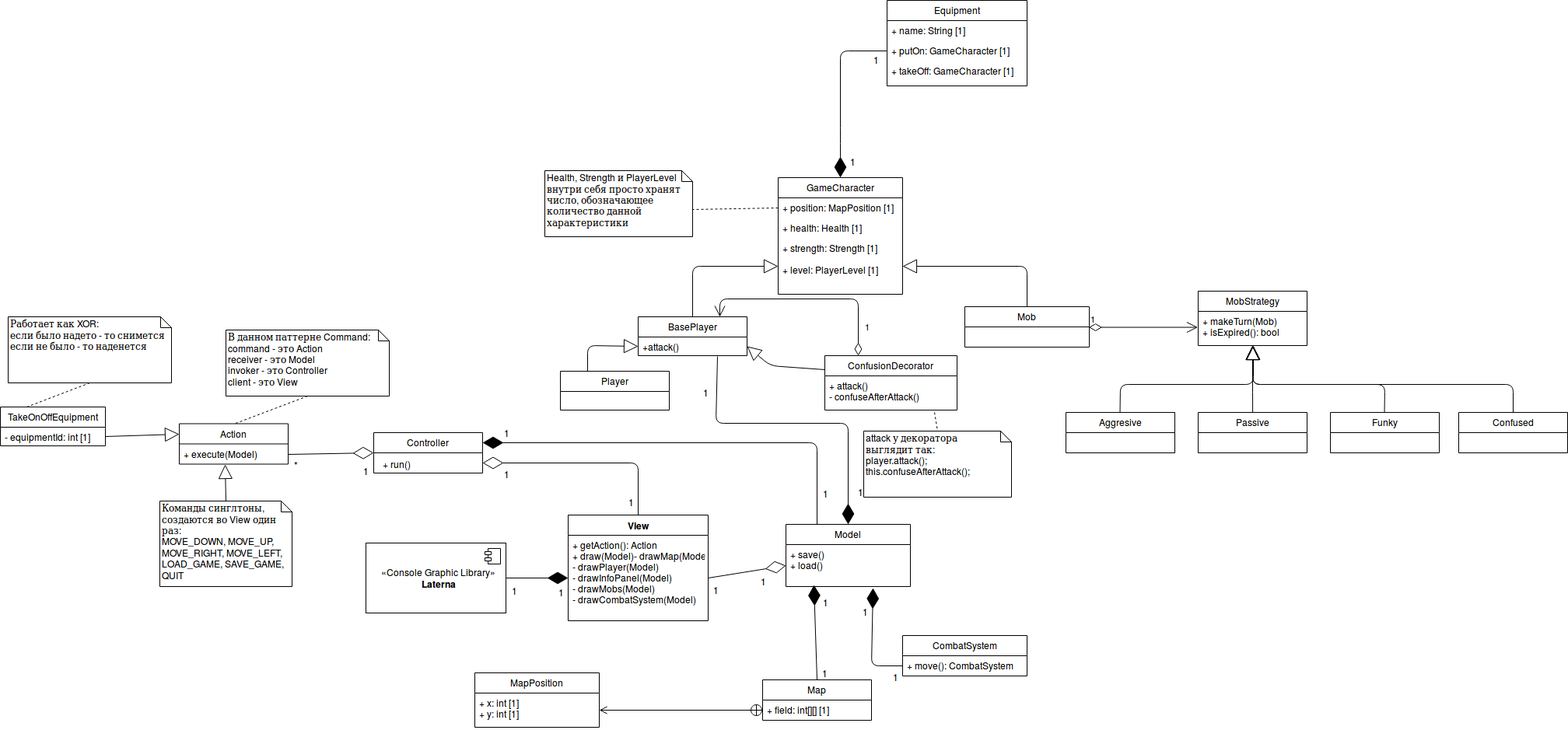
Above: hw06/ClassDiagram.png in RamSaw/SoftwareDesign (draw.io), before the change. Source tidied: cells renumbered, new cells last; positions are measured from the earlier drawing's top-left corner, leaving out a move shared by most shapes.
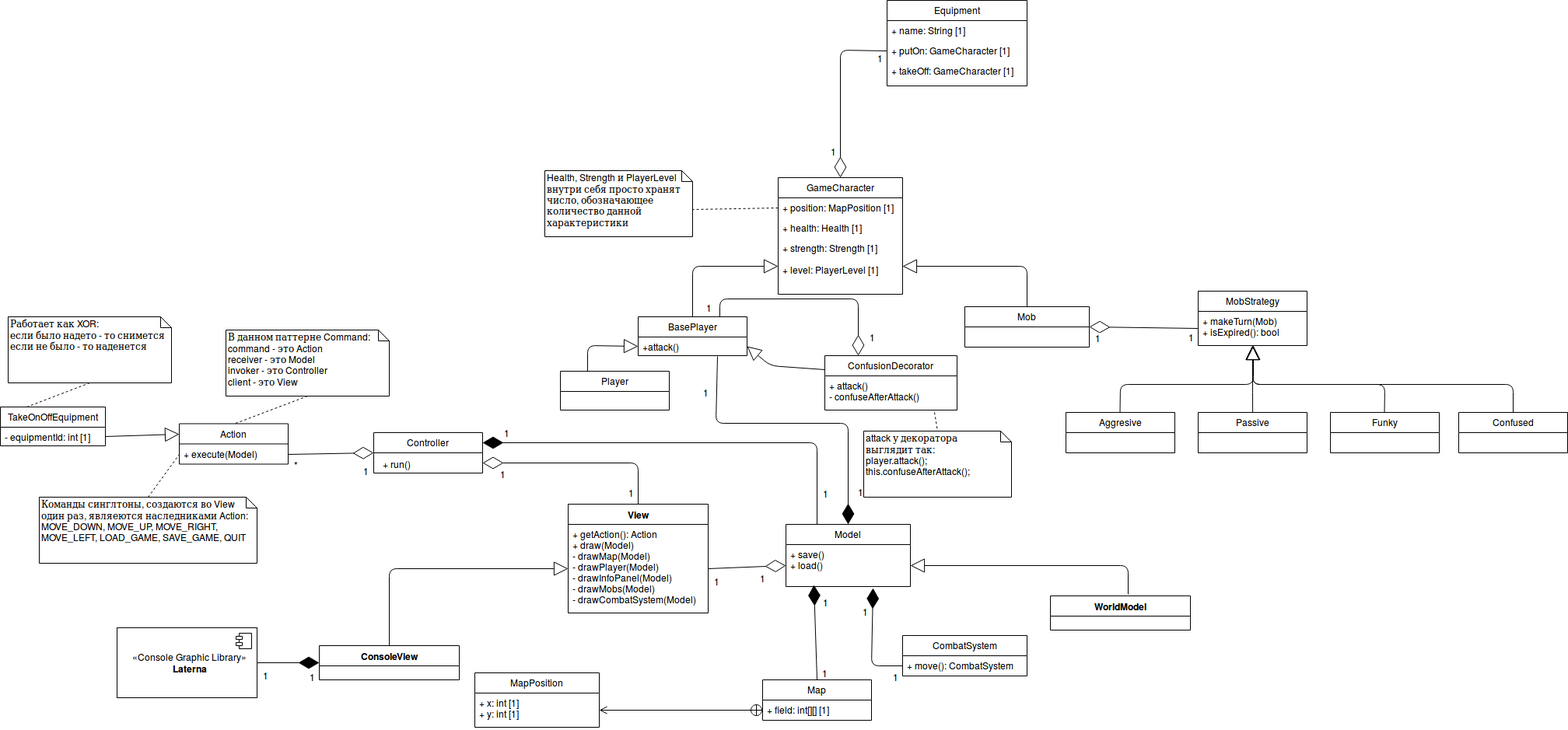
Above is the later version.

The edit, as a diff of the source:
```diff
@@ -3,12 +3,12 @@
     <mxCell id="0" />
     <mxCell id="1" parent="0" />
     <mxCell id="2" value="View" style="swimlane;fontStyle=1;align=center;verticalAlign=top;horizontal=1;startSize=26;" parent="1" vertex="1">
-      <mxGeometry x="730" y="662" width="180" height="136" as="geometry" />
+      <mxGeometry x="730" y="648" width="180" height="140" as="geometry" />
     </mxCell>
-    <mxCell id="3" value="+ getAction(): Action&#10;+ draw(Model)- drawMap(Model)&#10;- drawPlayer(Model)&#10;- drawInfoPanel(Model)&#10;- drawMobs(Model)&#10;- drawCombatSystem(Model)&#10;" style="text;strokeColor=none;fillColor=none;align=left;verticalAlign=top;spacingLeft=4;spacingRight=4;overflow=hidden;points=[[0,0.5],[1,0.5]];portConstraint=eastwest;" parent="2" vertex="1">
-      <mxGeometry y="26" width="180" height="110" as="geometry" />
+    <mxCell id="3" value="+ getAction(): Action&#10;+ draw(Model)&#10;- drawMap(Model)&#10;- drawPlayer(Model)&#10;- drawInfoPanel(Model)&#10;- drawMobs(Model)&#10;- drawCombatSystem(Model)&#10;" style="text;strokeColor=none;fillColor=none;align=left;verticalAlign=top;spacingLeft=4;spacingRight=4;overflow=hidden;points=[[0,0.5],[1,0.5]];portConstraint=eastwest;" parent="2" vertex="1">
+      <mxGeometry y="26" width="180" height="114" as="geometry" />
     </mxCell>
-    <mxCell id="4" style="endArrow=diamondThin;endFill=1;endSize=24;html=1;entryX=0;entryY=0.5;entryDx=0;entryDy=0;exitX=1;exitY=0.5;exitDx=0;exitDy=0;" parent="1" edge="1" source="7" target="3">
+    <mxCell id="4" style="endArrow=diamondThin;endFill=1;endSize=24;html=1;entryX=0;entryY=0.5;entryDx=0;entryDy=0;exitX=1;exitY=0.5;exitDx=0;exitDy=0;" parent="1" edge="1" source="7" target="95">
       <mxGeometry relative="1" as="geometry" />
     </mxCell>
     <mxCell id="5" value="1" style="text;html=1;align=center;verticalAlign=middle;labelBackgroundColor=#ffffff;" parent="4" vertex="1">
@@ -22,7 +22,7 @@
       </mxGeometry>
     </mxCell>
     <mxCell id="7" value="«Console Graphic Library»&lt;br&gt;&lt;b&gt;Laterna&lt;/b&gt;" style="html=1;" parent="1" vertex="1">
-      <mxGeometry x="470" y="698" width="180" height="90" as="geometry" />
+      <mxGeometry x="150" y="807" width="180" height="90" as="geometry" />
     </mxCell>
     <mxCell id="8" style="shape=component;jettyWidth=8;jettyHeight=4;" parent="7" vertex="1">
       <mxGeometry x="1" width="20" height="20" relative="1" as="geometry">
@@ -117,24 +117,6 @@
     <mxCell id="29" value="+ x: int [1]&#10;+ y: int [1]&#10;" style="text;strokeColor=none;fillColor=none;align=left;verticalAlign=top;spacingLeft=4;spacingRight=4;overflow=hidden;points=[[0,0.5],[1,0.5]];portConstraint=eastwest;" parent="28" vertex="1">
       <mxGeometry y="26" width="160" height="44" as="geometry" />
     </mxCell>
-    <mxCell id="30" style="endArrow=diamondThin;endFill=1;endSize=24;html=1;entryX=0.5;entryY=0;entryDx=0;entryDy=0;exitX=0;exitY=0.5;exitDx=0;exitDy=0;" parent="1" edge="1" source="35" target="15">
-      <mxGeometry relative="1" as="geometry">
-        <Array as="points">
-          <mxPoint x="1080" y="65" />
-          <mxPoint x="1080" y="174" />
-        </Array>
-      </mxGeometry>
-    </mxCell>
-    <mxCell id="31" value="1" style="text;html=1;align=center;verticalAlign=middle;labelBackgroundColor=#ffffff;" parent="30" vertex="1">
-      <mxGeometry x="-0.8" relative="1" as="geometry">
-        <mxPoint x="8" y="10" as="offset" />
-      </mxGeometry>
-    </mxCell>
-    <mxCell id="32" value="1" style="text;html=1;align=center;verticalAlign=middle;labelBackgroundColor=#ffffff;" parent="30" vertex="1">
-      <mxGeometry x="0.75" relative="1" as="geometry">
-        <mxPoint x="15" y="6" as="offset" />
-      </mxGeometry>
-    </mxCell>
     <mxCell id="33" value="Equipment" style="swimlane;fontStyle=0;horizontal=1;startSize=26;fillColor=none;" parent="1" vertex="1">
       <mxGeometry x="1140" width="180" height="110" as="geometry" />
     </mxCell>
@@ -220,12 +202,6 @@
     <mxCell id="52" value="Funky" style="swimlane;fontStyle=0;horizontal=1;startSize=26;fillColor=none;" parent="1" vertex="1">
       <mxGeometry x="1710" y="530" width="140" height="52" as="geometry" />
     </mxCell>
-    <mxCell id="53" value="1" style="endArrow=open;html=1;endSize=12;startArrow=diamondThin;startSize=14;startFill=0;edgeStyle=orthogonalEdgeStyle;align=left;verticalAlign=bottom;exitX=1;exitY=0.5;exitDx=0;exitDy=0;entryX=0;entryY=0.5;entryDx=0;entryDy=0;" parent="1" edge="1">
-      <mxGeometry x="-1" y="3" relative="1" as="geometry">
-        <mxPoint x="1399.5" y="420.5" as="sourcePoint" />
-        <mxPoint x="1539.5" y="420.5" as="targetPoint" />
-      </mxGeometry>
-    </mxCell>
     <mxCell id="54" style="endArrow=block;endSize=16;endFill=0;html=1;exitX=0.5;exitY=0;exitDx=0;exitDy=0;" parent="1" edge="1">
       <mxGeometry relative="1" as="geometry">
         <mxPoint x="1439.5" y="529.9" as="sourcePoint" />
@@ -295,14 +271,6 @@
         </Array>
       </mxGeometry>
     </mxCell>
-    <mxCell id="67" value="1" style="endArrow=open;html=1;endSize=12;startArrow=diamondThin;startSize=14;startFill=0;edgeStyle=orthogonalEdgeStyle;align=left;verticalAlign=bottom;exitX=0.25;exitY=0;exitDx=0;exitDy=0;entryX=0.75;entryY=0;entryDx=0;entryDy=0;" parent="1" edge="1" source="62" target="64">
-      <mxGeometry x="-0.79" y="-7" relative="1" as="geometry">
-        <Array as="points">
-          <mxPoint x="1103" y="384" />
-          <mxPoint x="925" y="384" />
-        </Array>
-      </mxGeometry>
-    </mxCell>
     <mxCell id="68" value="&lt;div&gt;attack у декоратора&lt;/div&gt;&lt;div&gt;выглядит так:&lt;br&gt;player.attack();&lt;/div&gt;&lt;div&gt;this.confuseAfterAttack();&lt;br&gt;&lt;/div&gt;" style="shape=note;whiteSpace=wrap;html=1;size=14;verticalAlign=top;align=left;spacingTop=-6;" parent="1" vertex="1">
       <mxGeometry x="1110" y="554" width="190" height="85" as="geometry" />
     </mxCell>
@@ -350,11 +318,8 @@
         <mxPoint x="26" y="21.5" as="offset" />
       </mxGeometry>
     </mxCell>
-    <mxCell id="81" style="endArrow=block;endSize=16;endFill=0;html=1;entryX=0.421;entryY=1.019;entryDx=0;entryDy=0;entryPerimeter=0;exitX=0.5;exitY=0;exitDx=0;exitDy=0;exitPerimeter=0;" parent="1" edge="1" source="82" target="75">
-      <mxGeometry relative="1" as="geometry" />
-    </mxCell>
-    <mxCell id="82" value="&lt;div&gt;Команды синглтоны, создаются во View один раз:&lt;/div&gt;&lt;div&gt;MOVE_DOWN, MOVE_UP, MOVE_RIGHT, MOVE_LEFT, LOAD_GAME, SAVE_GAME, QUIT&lt;br&gt;&lt;/div&gt;" style="shape=note;whiteSpace=wrap;html=1;size=14;verticalAlign=top;align=left;spacingTop=-6;" parent="1" vertex="1">
-      <mxGeometry x="205" y="644" width="170" height="110" as="geometry" />
+    <mxCell id="82" value="&lt;div&gt;Команды синглтоны, создаются во View один раз, являеются наследниками Action:&lt;/div&gt;&lt;div&gt;MOVE_DOWN, MOVE_UP, MOVE_RIGHT, MOVE_LEFT, LOAD_GAME, SAVE_GAME, QUIT&lt;br&gt;&lt;/div&gt;" style="shape=note;whiteSpace=wrap;html=1;size=14;verticalAlign=top;align=left;spacingTop=-6;" parent="1" vertex="1">
+      <mxGeometry x="50" y="639" width="280" height="85" as="geometry" />
     </mxCell>
     <mxCell id="83" style="endArrow=block;endSize=16;endFill=0;html=1;entryX=0;entryY=0.25;entryDx=0;entryDy=0;exitX=1;exitY=0.5;exitDx=0;exitDy=0;" parent="1" edge="1" source="85" target="74">
       <mxGeometry relative="1" as="geometry" />
@@ -374,5 +339,77 @@
     <mxCell id="88" style="endArrow=none;dashed=1;html=1;entryX=0.25;entryY=0;entryDx=0;entryDy=0;exitX=0.5;exitY=1;exitDx=0;exitDy=0;exitPerimeter=0;" parent="1" edge="1" source="87" target="84">
       <mxGeometry relative="1" as="geometry" />
     </mxCell>
+    <mxCell id="89" style="endArrow=diamondThin;endFill=0;endSize=24;html=1;exitX=0.75;exitY=0;exitDx=0;exitDy=0;entryX=0.25;entryY=0;entryDx=0;entryDy=0;" parent="1" edge="1" source="64" target="62">
+      <mxGeometry relative="1" as="geometry">
+        <Array as="points">
+          <mxPoint x="925" y="384" />
+          <mxPoint x="1103" y="384" />
+        </Array>
+      </mxGeometry>
+    </mxCell>
+    <mxCell id="90" value="1" style="text;html=1;align=center;verticalAlign=middle;labelBackgroundColor=#ffffff;" parent="89" vertex="1">
+      <mxGeometry x="-0.72" y="-1" relative="1" as="geometry">
+        <mxPoint x="-31" y="9" as="offset" />
+      </mxGeometry>
+    </mxCell>
+    <mxCell id="91" value="1" style="text;html=1;align=center;verticalAlign=middle;labelBackgroundColor=#ffffff;" parent="89" vertex="1">
+      <mxGeometry x="0.34" relative="1" as="geometry">
+        <mxPoint x="34" y="48" as="offset" />
+      </mxGeometry>
+    </mxCell>
+    <mxCell id="92" style="endArrow=diamondThin;endFill=0;endSize=24;html=1;exitX=0;exitY=0.5;exitDx=0;exitDy=0;entryX=1;entryY=0.5;entryDx=0;entryDy=0;" parent="1" edge="1" source="57" target="20">
+      <mxGeometry relative="1" as="geometry" />
+    </mxCell>
+    <mxCell id="93" value="1" style="text;html=1;align=center;verticalAlign=middle;labelBackgroundColor=#ffffff;" parent="92" vertex="1">
+      <mxGeometry x="-0.72" y="-1" relative="1" as="geometry">
+        <mxPoint x="10" y="11.5" as="offset" />
+      </mxGeometry>
+    </mxCell>
+    <mxCell id="94" value="1" style="text;html=1;align=center;verticalAlign=middle;labelBackgroundColor=#ffffff;" parent="92" vertex="1">
+      <mxGeometry x="0.34" relative="1" as="geometry">
+        <mxPoint x="-36" y="12.5" as="offset" />
+      </mxGeometry>
+    </mxCell>
+    <mxCell id="95" value="ConsoleView" style="swimlane;fontStyle=1;align=center;verticalAlign=top;horizontal=1;startSize=26;" parent="1" vertex="1">
+      <mxGeometry x="410" y="830" width="180" height="44" as="geometry" />
+    </mxCell>
+    <mxCell id="96" style="endArrow=block;endSize=16;endFill=0;html=1;entryX=0;entryY=0.5;entryDx=0;entryDy=0;exitX=0.5;exitY=0;exitDx=0;exitDy=0;" parent="1" edge="1" source="95" target="3">
+      <mxGeometry relative="1" as="geometry">
+        <Array as="points">
+          <mxPoint x="500" y="731" />
+        </Array>
+      </mxGeometry>
+    </mxCell>
+    <mxCell id="81" style="endArrow=none;dashed=1;html=1;entryX=0;entryY=0.5;entryDx=0;entryDy=0;exitX=0.5;exitY=0;exitDx=0;exitDy=0;exitPerimeter=0;" parent="1" edge="1" source="82" target="75">
+      <mxGeometry relative="1" as="geometry" />
+    </mxCell>
+    <mxCell id="97" style="endArrow=block;endSize=16;endFill=0;html=1;entryX=1;entryY=0.5;entryDx=0;entryDy=0;" parent="1" edge="1" target="73">
+      <mxGeometry relative="1" as="geometry">
+        <mxPoint x="1450" y="764" as="sourcePoint" />
+        <Array as="points">
+          <mxPoint x="1450" y="727" />
+        </Array>
+      </mxGeometry>
+    </mxCell>
+    <mxCell id="98" value="WorldModel" style="swimlane;fontStyle=1;align=center;verticalAlign=top;horizontal=1;startSize=26;" parent="1" vertex="1">
+      <mxGeometry x="1350" y="766" width="180" height="44" as="geometry" />
+    </mxCell>
+    <mxCell id="30" style="endArrow=diamondThin;endFill=0;endSize=24;html=1;exitX=0;exitY=0.5;exitDx=0;exitDy=0;entryX=0.5;entryY=0;entryDx=0;entryDy=0;" parent="1" edge="1" source="35" target="15">
+      <mxGeometry relative="1" as="geometry">
+        <Array as="points">
+          <mxPoint x="1080" y="64" />
+        </Array>
+      </mxGeometry>
+    </mxCell>
+    <mxCell id="99" value="1" style="text;html=1;align=center;verticalAlign=middle;labelBackgroundColor=#ffffff;" parent="30" vertex="1">
+      <mxGeometry x="-0.72" y="-1" relative="1" as="geometry">
+        <mxPoint x="21" y="10.5" as="offset" />
+      </mxGeometry>
+    </mxCell>
+    <mxCell id="100" value="1" style="text;html=1;align=center;verticalAlign=middle;labelBackgroundColor=#ffffff;" parent="30" vertex="1">
+      <mxGeometry x="0.34" relative="1" as="geometry">
+        <mxPoint x="-10" y="40" as="offset" />
+      </mxGeometry>
+    </mxCell>
   </root>
 </mxGraphModel>
```
